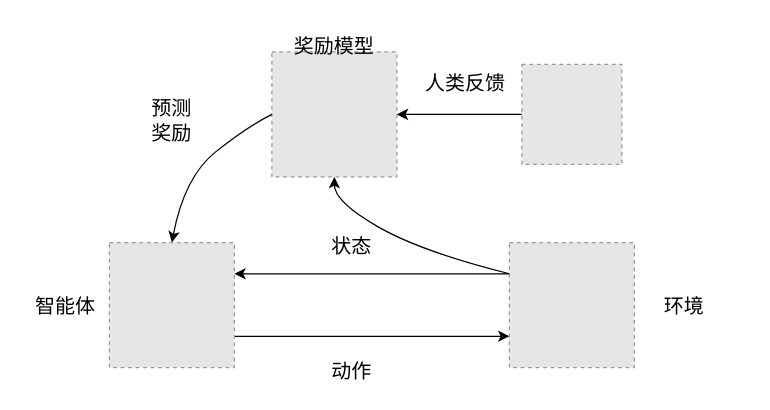
The draw.io diagram pbrl_jh.drawio in gyh-ustc/Graduation-Dissertation, before the edit. Source tidied: cells renumbered, new cells numbered last; positions are measured from the earlier drawing's top-left corner, leaving out a move shared by most shapes. Both pictures are drawn from the tidied source at 125%, with x=0, y=0 at pixel (21, 26). Pictures stored in the file or linked from it are replaced by grey dashed boxes.
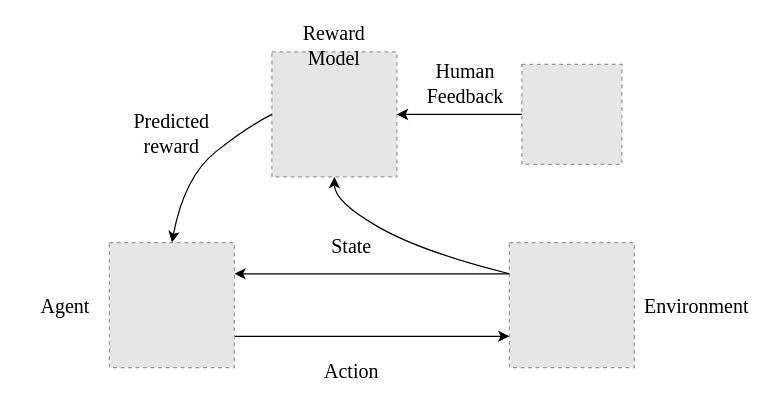
The same diagram, later.

Diff of the diagram source:
```diff
@@
-    <mxCell id="11" value="&lt;font style=&quot;font-size: 16px;&quot;&gt;状态&lt;/font&gt;" style="text;strokeColor=none;align=center;fillColor=none;html=1;verticalAlign=middle;whiteSpace=wrap;rounded=0;" parent="1" vertex="1">
+    <mxCell id="11" value="&lt;font face=&quot;Times New Roman&quot; style=&quot;font-size: 16px;&quot;&gt;State&lt;/font&gt;" style="text;strokeColor=none;align=center;fillColor=none;html=1;verticalAlign=middle;whiteSpace=wrap;rounded=0;" parent="1" vertex="1">
       <mxGeometry x="234" y="160" width="60" height="30" as="geometry" />
     </mxCell>
-    <mxCell id="12" value="&lt;font style=&quot;font-size: 16px;&quot;&gt;动作&lt;/font&gt;" style="text;strokeColor=none;align=center;fillColor=none;html=1;verticalAlign=middle;whiteSpace=wrap;rounded=0;" parent="1" vertex="1">
+    <mxCell id="12" value="&lt;font face=&quot;Times New Roman&quot; style=&quot;font-size: 16px;&quot;&gt;Action&lt;/font&gt;" style="text;strokeColor=none;align=center;fillColor=none;html=1;verticalAlign=middle;whiteSpace=wrap;rounded=0;" parent="1" vertex="1">
       <mxGeometry x="234" y="260" width="60" height="30" as="geometry" />
     </mxCell>
-    <mxCell id="13" value="&lt;font style=&quot;font-size: 16px;&quot;&gt;人类反馈&lt;/font&gt;" style="text;strokeColor=none;align=center;fillColor=none;html=1;verticalAlign=middle;whiteSpace=wrap;rounded=0;" parent="1" vertex="1">
+    <mxCell id="13" value="&lt;font face=&quot;Times New Roman&quot; style=&quot;font-size: 16px;&quot;&gt;Human Feedback&lt;/font&gt;" style="text;strokeColor=none;align=center;fillColor=none;html=1;verticalAlign=middle;whiteSpace=wrap;rounded=0;" parent="1" vertex="1">
       <mxGeometry x="320" y="30" width="70" height="30" as="geometry" />
     </mxCell>
-    <mxCell id="14" value="&lt;font style=&quot;font-size: 16px;&quot;&gt;预测&lt;br&gt;奖励&lt;/font&gt;" style="text;strokeColor=none;align=center;fillColor=none;html=1;verticalAlign=middle;whiteSpace=wrap;rounded=0;" parent="1" vertex="1">
-      <mxGeometry x="85" y="60" width="70" height="30" as="geometry" />
+    <mxCell id="14" value="&lt;span style=&quot;font-size: 16px;&quot;&gt;&lt;font face=&quot;Times New Roman&quot;&gt;Predicted&lt;br&gt;reward&lt;/font&gt;&lt;/span&gt;" style="text;strokeColor=none;align=center;fillColor=none;html=1;verticalAlign=middle;whiteSpace=wrap;rounded=0;" parent="1" vertex="1">
+      <mxGeometry x="85" y="70" width="70" height="30" as="geometry" />
     </mxCell>
-    <mxCell id="15" value="&lt;font style=&quot;font-size: 16px;&quot;&gt;环境&lt;/font&gt;" style="text;strokeColor=none;align=center;fillColor=none;html=1;verticalAlign=middle;whiteSpace=wrap;rounded=0;" parent="1" vertex="1">
-      <mxGeometry x="500" y="207.5" width="60" height="30" as="geometry" />
+    <mxCell id="15" value="&lt;span style=&quot;font-size: 16px;&quot;&gt;&lt;font face=&quot;Times New Roman&quot;&gt;Environment&lt;/font&gt;&lt;/span&gt;" style="text;strokeColor=none;align=center;fillColor=none;html=1;verticalAlign=middle;whiteSpace=wrap;rounded=0;" parent="1" vertex="1">
+      <mxGeometry x="510" y="207.5" width="60" height="30" as="geometry" />
     </mxCell>
-    <mxCell id="16" value="&lt;font style=&quot;font-size: 16px;&quot;&gt;奖励模型&lt;/font&gt;" style="text;strokeColor=none;align=center;fillColor=none;html=1;verticalAlign=middle;whiteSpace=wrap;rounded=0;" parent="1" vertex="1">
+    <mxCell id="16" value="&lt;font style=&quot;font-size: 16px;&quot;&gt;Reward Model&lt;/font&gt;" style="text;strokeColor=none;align=center;fillColor=none;html=1;verticalAlign=middle;whiteSpace=wrap;rounded=0;fontFamily=Times New Roman;" parent="1" vertex="1">
       <mxGeometry x="215" width="70" height="30" as="geometry" />
     </mxCell>
-    <mxCell id="17" value="&lt;font style=&quot;font-size: 16px;&quot;&gt;智能体&lt;/font&gt;" style="text;strokeColor=none;align=center;fillColor=none;html=1;verticalAlign=middle;whiteSpace=wrap;rounded=0;" parent="1" vertex="1">
+    <mxCell id="17" value="&lt;font face=&quot;Times New Roman&quot; style=&quot;font-size: 16px;&quot;&gt;Agent&lt;/font&gt;" style="text;strokeColor=none;align=center;fillColor=none;html=1;verticalAlign=middle;whiteSpace=wrap;rounded=0;" parent="1" vertex="1">
       <mxGeometry y="207.5" width="70" height="30" as="geometry" />
     </mxCell>
```
